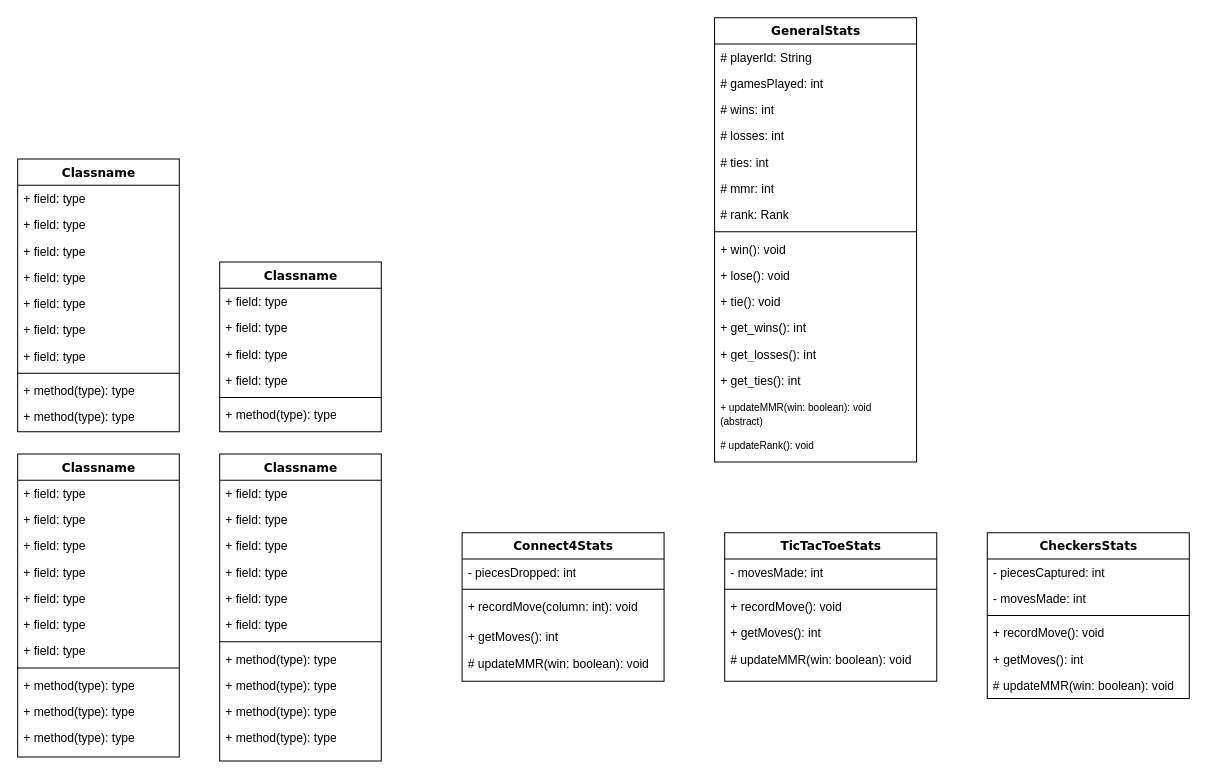
farshadislam/Socketed-Multigame-GUI keeps this draw.io diagram as Structure Diagram/Leaderboard_and_Matchmaking_Structure_Diagram.drawio. Above is the earlier version. Source tidied: cells renumbered, new cells numbered last; positions are measured from the earlier drawing's top-left corner, leaving out a move shared by most shapes. Both pictures are drawn from the tidied source at 101%, with x=0, y=0 at pixel (17, 17).
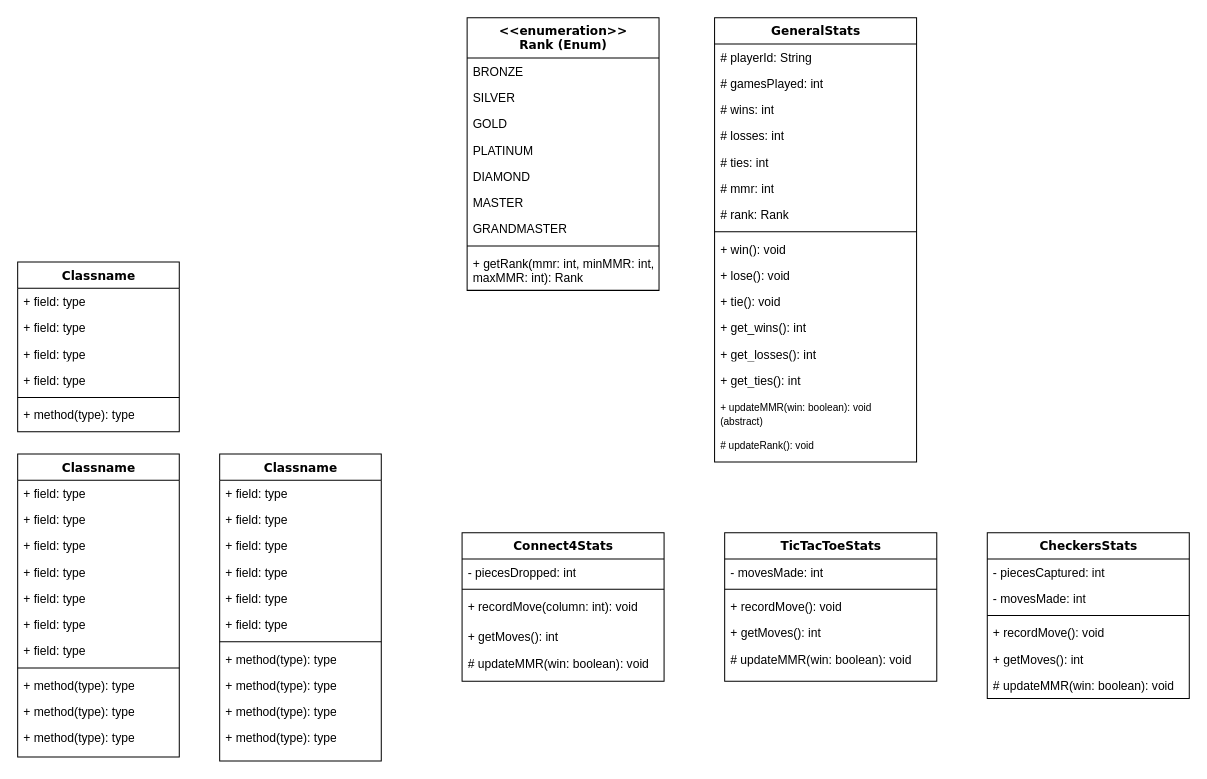
Above is the later version.

Commit message:
added enum ranked class to the diagram

Diff of the diagram source:
```diff
@@
-    <mxCell id="43" value="Classname" style="swimlane;html=1;fontStyle=1;align=center;verticalAlign=top;horizontal=1;startSize=26;swimlaneFillColor=#ffffff;rounded=0;shadow=0;comic=0;labelBackgroundColor=none;strokeWidth=1;fillColor=none;fontFamily=Verdana;fontSize=12;" parent="1" vertex="1">
-      <mxGeometry y="140" width="160" height="270" as="geometry" />
+    <mxCell id="43" value="&lt;div&gt;&amp;lt;&amp;lt;enumeration&amp;gt;&amp;gt;&lt;/div&gt;Rank (Enum)" style="swimlane;html=1;fontStyle=1;align=center;verticalAlign=top;horizontal=1;startSize=40;swimlaneFillColor=#ffffff;rounded=0;shadow=0;comic=0;labelBackgroundColor=none;strokeWidth=1;fillColor=none;fontFamily=Verdana;fontSize=12;" parent="1" vertex="1">
+      <mxGeometry x="445" width="190" height="270" as="geometry" />
     </mxCell>
-    <mxCell id="44" value="+ field: type" style="text;html=1;strokeColor=none;fillColor=none;align=left;verticalAlign=top;spacingLeft=4;spacingRight=4;whiteSpace=wrap;overflow=hidden;" parent="43" vertex="1">
-      <mxGeometry y="26" width="160" height="26" as="geometry" />
+    <mxCell id="44" value="BRONZE" style="text;html=1;strokeColor=none;fillColor=none;align=left;verticalAlign=top;spacingLeft=4;spacingRight=4;whiteSpace=wrap;overflow=hidden;" parent="43" vertex="1">
+      <mxGeometry y="40" width="190" height="26" as="geometry" />
     </mxCell>
-    <mxCell id="45" value="+ field: type" style="text;html=1;strokeColor=none;fillColor=none;align=left;verticalAlign=top;spacingLeft=4;spacingRight=4;whiteSpace=wrap;overflow=hidden;" parent="43" vertex="1">
-      <mxGeometry y="52" width="160" height="26" as="geometry" />
+    <mxCell id="45" value="SILVER" style="text;html=1;strokeColor=none;fillColor=none;align=left;verticalAlign=top;spacingLeft=4;spacingRight=4;whiteSpace=wrap;overflow=hidden;" parent="43" vertex="1">
+      <mxGeometry y="66" width="190" height="26" as="geometry" />
     </mxCell>
-    <mxCell id="46" value="+ field: type" style="text;html=1;strokeColor=none;fillColor=none;align=left;verticalAlign=top;spacingLeft=4;spacingRight=4;whiteSpace=wrap;overflow=hidden;" parent="43" vertex="1">
-      <mxGeometry y="78" width="160" height="26" as="geometry" />
+    <mxCell id="46" value="GOLD" style="text;html=1;strokeColor=none;fillColor=none;align=left;verticalAlign=top;spacingLeft=4;spacingRight=4;whiteSpace=wrap;overflow=hidden;" parent="43" vertex="1">
+      <mxGeometry y="92" width="190" height="26" as="geometry" />
     </mxCell>
-    <mxCell id="47" value="+ field: type" style="text;html=1;strokeColor=none;fillColor=none;align=left;verticalAlign=top;spacingLeft=4;spacingRight=4;whiteSpace=wrap;overflow=hidden;points=[[0,0.5],[1,0.5]];portConstraint=eastwest;" parent="43" vertex="1">
-      <mxGeometry y="104" width="160" height="26" as="geometry" />
+    <mxCell id="47" value="PLATINUM" style="text;html=1;strokeColor=none;fillColor=none;align=left;verticalAlign=top;spacingLeft=4;spacingRight=4;whiteSpace=wrap;overflow=hidden;points=[[0,0.5],[1,0.5]];portConstraint=eastwest;" parent="43" vertex="1">
+      <mxGeometry y="118" width="190" height="26" as="geometry" />
     </mxCell>
-    <mxCell id="48" value="+ field: type" style="text;html=1;strokeColor=none;fillColor=none;align=left;verticalAlign=top;spacingLeft=4;spacingRight=4;whiteSpace=wrap;overflow=hidden;" parent="43" vertex="1">
-      <mxGeometry y="130" width="160" height="26" as="geometry" />
+    <mxCell id="48" value="DIAMOND" style="text;html=1;strokeColor=none;fillColor=none;align=left;verticalAlign=top;spacingLeft=4;spacingRight=4;whiteSpace=wrap;overflow=hidden;" parent="43" vertex="1">
+      <mxGeometry y="144" width="190" height="26" as="geometry" />
     </mxCell>
-    <mxCell id="49" value="+ field: type" style="text;html=1;strokeColor=none;fillColor=none;align=left;verticalAlign=top;spacingLeft=4;spacingRight=4;whiteSpace=wrap;overflow=hidden;" parent="43" vertex="1">
-      <mxGeometry y="156" width="160" height="26" as="geometry" />
+    <mxCell id="49" value="MASTER" style="text;html=1;strokeColor=none;fillColor=none;align=left;verticalAlign=top;spacingLeft=4;spacingRight=4;whiteSpace=wrap;overflow=hidden;" parent="43" vertex="1">
+      <mxGeometry y="170" width="190" height="26" as="geometry" />
     </mxCell>
-    <mxCell id="50" value="+ field: type" style="text;html=1;strokeColor=none;fillColor=none;align=left;verticalAlign=top;spacingLeft=4;spacingRight=4;whiteSpace=wrap;overflow=hidden;" parent="43" vertex="1">
-      <mxGeometry y="182" width="160" height="26" as="geometry" />
+    <mxCell id="50" value="GRANDMASTER" style="text;html=1;strokeColor=none;fillColor=none;align=left;verticalAlign=top;spacingLeft=4;spacingRight=4;whiteSpace=wrap;overflow=hidden;" parent="43" vertex="1">
+      <mxGeometry y="196" width="190" height="26" as="geometry" />
     </mxCell>
     <mxCell id="51" style="line;html=1;strokeWidth=1;fillColor=none;align=left;verticalAlign=middle;spacingTop=-1;spacingLeft=3;spacingRight=3;labelPosition=right;" parent="43" vertex="1">
-      <mxGeometry y="208" width="160" height="8" as="geometry" />
+      <mxGeometry y="222" width="190" height="8" as="geometry" />
     </mxCell>
-    <mxCell id="52" value="+ method(type): type" style="text;html=1;strokeColor=none;fillColor=none;align=left;verticalAlign=top;spacingLeft=4;spacingRight=4;whiteSpace=wrap;overflow=hidden;" parent="43" vertex="1">
-      <mxGeometry y="216" width="160" height="26" as="geometry" />
-    </mxCell>
-    <mxCell id="53" value="+ method(type): type" style="text;html=1;strokeColor=none;fillColor=none;align=left;verticalAlign=top;spacingLeft=4;spacingRight=4;whiteSpace=wrap;overflow=hidden;" parent="43" vertex="1">
-      <mxGeometry y="242" width="160" height="26" as="geometry" />
-    </mxCell>
+    <mxCell id="80" value="+ getRank(mmr: int, minMMR: int, maxMMR: int): Rank" style="text;html=1;strokeColor=none;fillColor=none;align=left;verticalAlign=top;spacingLeft=4;spacingRight=4;whiteSpace=wrap;overflow=hidden;" parent="43" vertex="1">
+      <mxGeometry y="230" width="190" height="40" as="geometry" />
+    </mxCell>
+    <mxCell id="81" style="edgeStyle=none;curved=1;rounded=0;orthogonalLoop=1;jettySize=auto;html=1;exitX=1;exitY=0.5;exitDx=0;exitDy=0;fontSize=12;startSize=8;endSize=8;" parent="43" edge="1" source="47" target="47">
+      <mxGeometry relative="1" as="geometry" />
+    </mxCell>
     <mxCell id="54" value="Classname" style="swimlane;html=1;fontStyle=1;align=center;verticalAlign=top;horizontal=1;startSize=26;swimlaneFillColor=#ffffff;rounded=0;shadow=0;comic=0;labelBackgroundColor=none;strokeWidth=1;fillColor=none;fontFamily=Verdana;fontSize=12;" parent="1" vertex="1">
-      <mxGeometry x="200" y="242" width="160" height="168" as="geometry" />
+      <mxGeometry y="242" width="160" height="168" as="geometry" />
     </mxCell>
```
